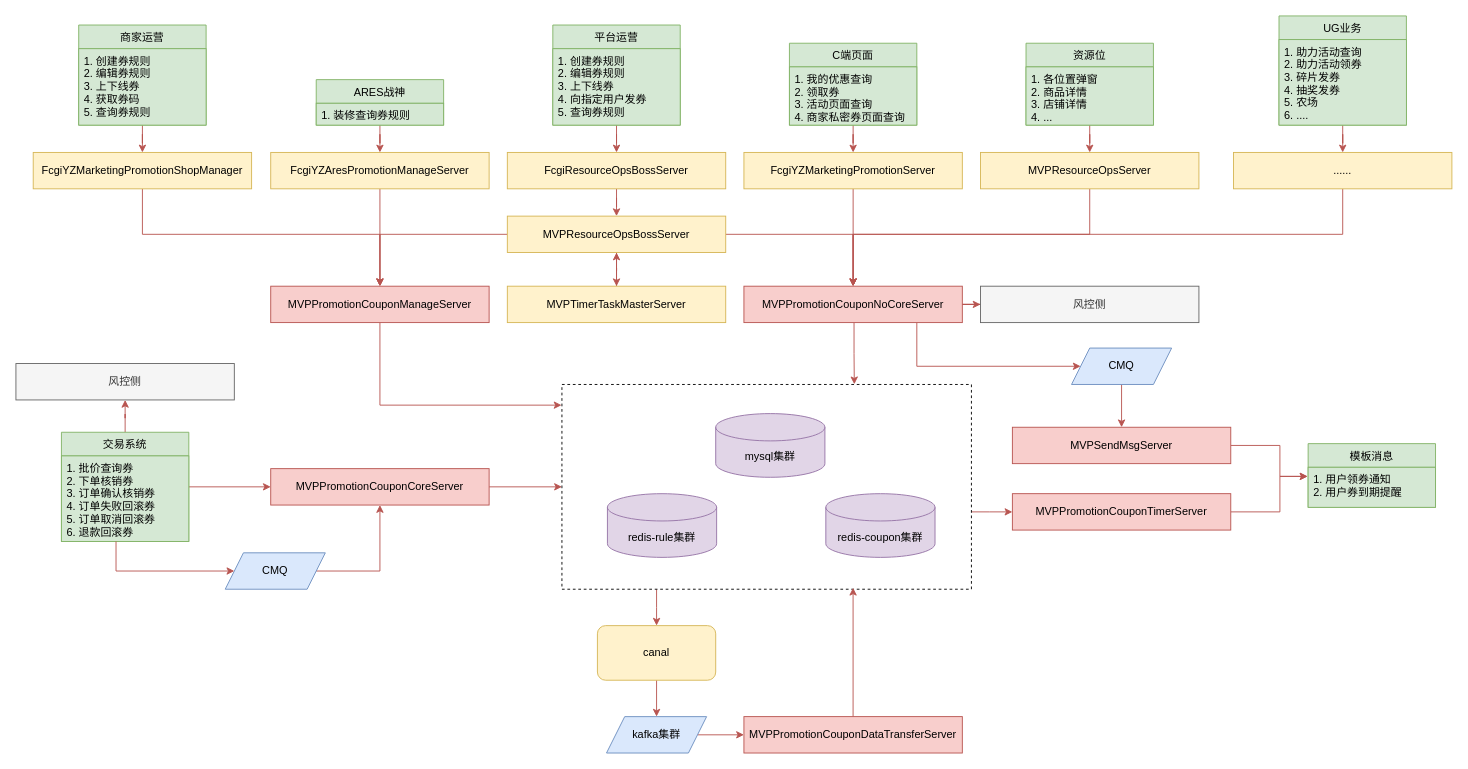
The draw.io diagram Untitled Diagram.drawio in YangJuly/FigureBed, before the edit. Source tidied: cells renumbered, new cells numbered last; positions are measured from the earlier drawing's top-left corner, leaving out a move shared by most shapes. Both pictures are drawn from the tidied source at 91%, with x=0, y=0 at pixel (15, 15).
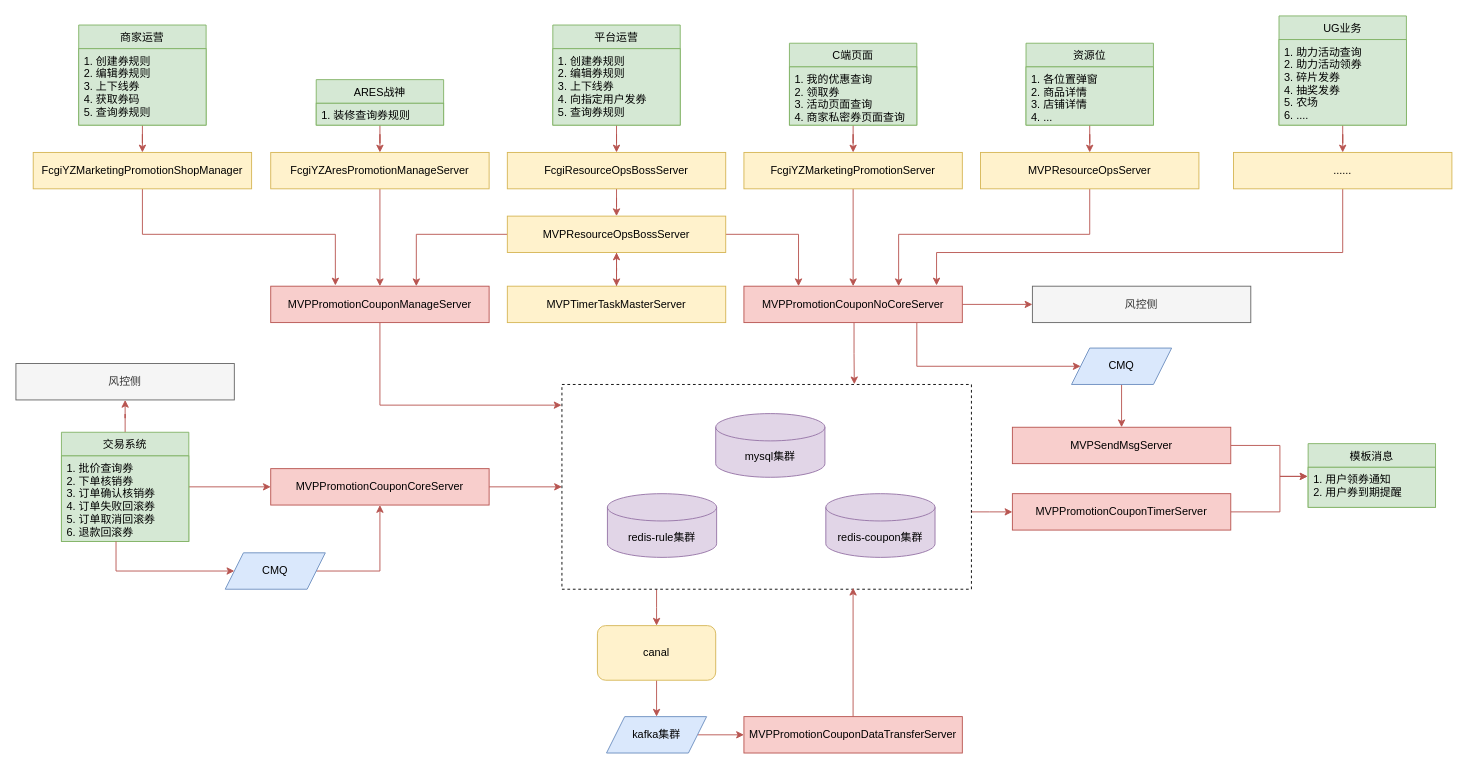
The same diagram, later.

Unchanged cells that the change refers to:
```xml
<mxCell id="6" value="FcgiYZMarketingPromotionShopManager" style="rounded=0;whiteSpace=wrap;html=1;fillColor=#fff2cc;strokeColor=#d6b656;" parent="1" vertex="1">
  <mxGeometry x="19" y="150" width="240" height="40" as="geometry" />
</mxCell>
<mxCell id="24" value="MVPPromotionCouponManageServer" style="rounded=0;whiteSpace=wrap;html=1;fillColor=#f8cecc;strokeColor=#b85450;" parent="1" vertex="1">
  <mxGeometry x="280" y="297" width="240" height="40" as="geometry" />
</mxCell>
<mxCell id="28" value="MVPResourceOpsBossServer" style="rounded=0;whiteSpace=wrap;html=1;fillColor=#fff2cc;strokeColor=#d6b656;" parent="1" vertex="1">
  <mxGeometry x="540" y="220" width="240" height="40" as="geometry" />
</mxCell>
<mxCell id="45" value="MVPPromotionCouponNoCoreServer" style="rounded=0;whiteSpace=wrap;html=1;fillColor=#f8cecc;strokeColor=#b85450;" parent="1" vertex="1">
  <mxGeometry x="800" y="297" width="240" height="40" as="geometry" />
</mxCell>
<mxCell id="47" value="MVPResourceOpsServer" style="rounded=0;whiteSpace=wrap;html=1;fillColor=#fff2cc;strokeColor=#d6b656;" parent="1" vertex="1">
  <mxGeometry x="1060" y="150" width="240" height="40" as="geometry" />
</mxCell>
<mxCell id="72" value="......" style="rounded=0;whiteSpace=wrap;html=1;fillColor=#fff2cc;strokeColor=#d6b656;" parent="1" vertex="1">
  <mxGeometry x="1338" y="150" width="240" height="40" as="geometry" />
</mxCell>
```

Change to the diagram source:
```diff
@@
-    <mxCell id="5" style="edgeStyle=orthogonalEdgeStyle;rounded=0;jettySize=auto;html=1;entryX=0.5;entryY=0;entryDx=0;entryDy=0;fillColor=#f8cecc;strokeColor=#b85450;" parent="1" edge="1" source="6" target="24">
+    <mxCell id="5" style="edgeStyle=orthogonalEdgeStyle;rounded=0;jettySize=auto;html=1;entryX=0.296;entryY=-0.021;entryDx=0;entryDy=0;fillColor=#f8cecc;strokeColor=#b85450;entryPerimeter=0;" parent="1" edge="1" source="6" target="24">
       <mxGeometry relative="1" as="geometry">
         <Array as="points">
           <mxPoint x="139" y="240" />
-          <mxPoint x="400" y="240" />
+          <mxPoint x="351" y="240" />
         </Array>
       </mxGeometry>
     </mxCell>
@@
-    <mxCell id="25" style="edgeStyle=orthogonalEdgeStyle;rounded=0;jettySize=auto;html=1;entryX=0.5;entryY=0;entryDx=0;entryDy=0;fillColor=#f8cecc;strokeColor=#b85450;" parent="1" edge="1" source="28" target="24">
-      <mxGeometry relative="1" as="geometry" />
+    <mxCell id="25" style="edgeStyle=orthogonalEdgeStyle;rounded=0;jettySize=auto;html=1;fillColor=#f8cecc;strokeColor=#b85450;" parent="1" edge="1" source="28">
+      <mxGeometry relative="1" as="geometry">
+        <mxPoint x="440" y="297" as="targetPoint" />
+        <Array as="points">
+          <mxPoint x="440" y="240" />
+          <mxPoint x="440" y="297" />
+        </Array>
+      </mxGeometry>
     </mxCell>
@@
-    <mxCell id="27" style="edgeStyle=orthogonalEdgeStyle;rounded=0;jettySize=auto;html=1;entryX=0.5;entryY=0;entryDx=0;entryDy=0;fillColor=#f8cecc;strokeColor=#b85450;" parent="1" edge="1" source="28" target="45">
-      <mxGeometry relative="1" as="geometry" />
+    <mxCell id="27" style="edgeStyle=orthogonalEdgeStyle;rounded=0;jettySize=auto;html=1;entryX=0.25;entryY=0;entryDx=0;entryDy=0;fillColor=#f8cecc;strokeColor=#b85450;" parent="1" edge="1" source="28" target="45">
+      <mxGeometry relative="1" as="geometry">
+        <Array as="points">
+          <mxPoint x="860" y="240" />
+        </Array>
+      </mxGeometry>
     </mxCell>
@@
-    <mxCell id="46" style="edgeStyle=orthogonalEdgeStyle;rounded=0;jettySize=auto;html=1;entryX=0.5;entryY=0;entryDx=0;entryDy=0;fillColor=#f8cecc;strokeColor=#b85450;" parent="1" edge="1" source="47" target="45">
+    <mxCell id="46" style="edgeStyle=orthogonalEdgeStyle;rounded=0;jettySize=auto;html=1;fillColor=#f8cecc;strokeColor=#b85450;" parent="1" edge="1" source="47">
       <mxGeometry relative="1" as="geometry">
+        <mxPoint x="970" y="297" as="targetPoint" />
         <Array as="points">
           <mxPoint x="1180" y="240" />
-          <mxPoint x="920" y="240" />
+          <mxPoint x="970" y="240" />
         </Array>
       </mxGeometry>
     </mxCell>
@@
     <mxCell id="70" value="风控侧" style="rounded=0;whiteSpace=wrap;html=1;fillColor=#f5f5f5;strokeColor=#666666;fontColor=#333333;" parent="1" vertex="1">
-      <mxGeometry x="1060" y="297" width="240" height="40" as="geometry" />
+      <mxGeometry x="1117" y="297" width="240" height="40" as="geometry" />
     </mxCell>
-    <mxCell id="71" style="edgeStyle=orthogonalEdgeStyle;rounded=0;jettySize=auto;html=1;entryX=0.5;entryY=0;entryDx=0;entryDy=0;fillColor=#f8cecc;strokeColor=#b85450;" parent="1" edge="1" source="72" target="45">
+    <mxCell id="71" style="edgeStyle=orthogonalEdgeStyle;rounded=0;jettySize=auto;html=1;entryX=0.882;entryY=-0.021;entryDx=0;entryDy=0;fillColor=#f8cecc;strokeColor=#b85450;entryPerimeter=0;" parent="1" edge="1" source="72" target="45">
       <mxGeometry relative="1" as="geometry">
         <Array as="points">
-          <mxPoint x="1458" y="240" />
-          <mxPoint x="920" y="240" />
+          <mxPoint x="1458" y="260" />
+          <mxPoint x="1012" y="260" />
+          <mxPoint x="1012" y="296" />
         </Array>
       </mxGeometry>
     </mxCell>
```
